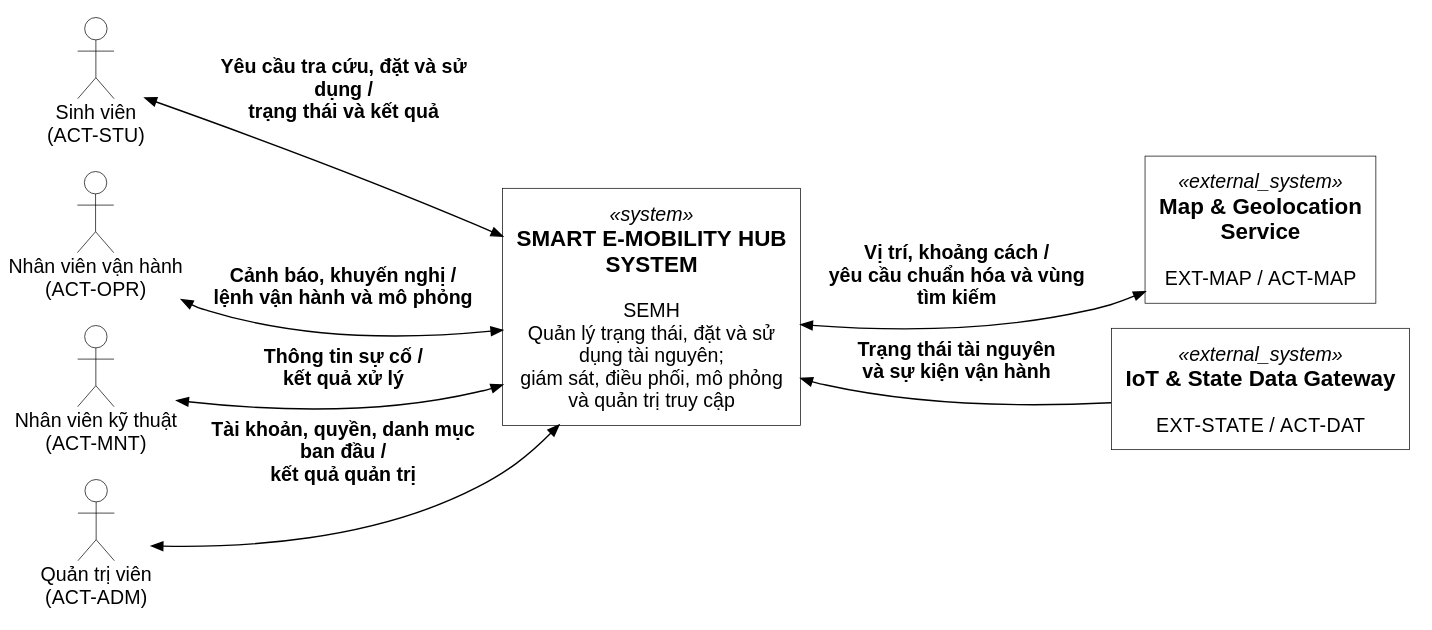
Earlier version of the PlantUML export docs/phase-2/diagrams/system/system-context.svg (tranbaoanh21/software-engineering-assignment).
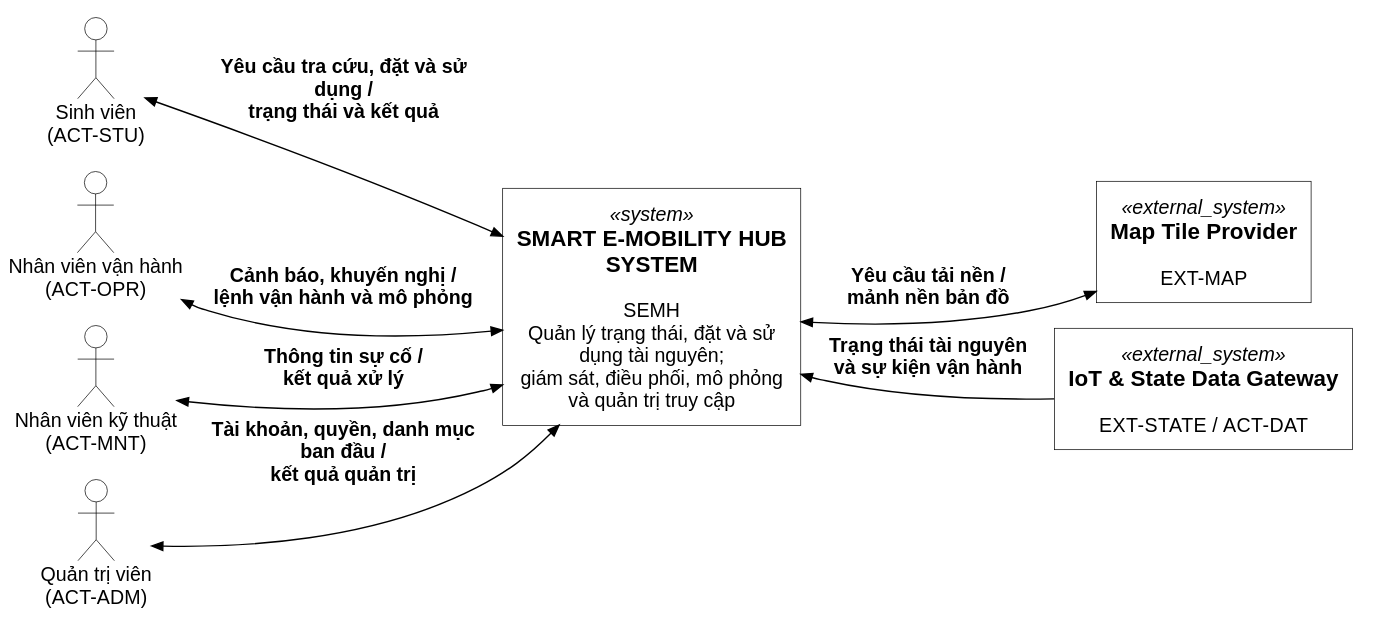
After the commit.

What changed in the source:
```diff
@@ -29,7 +29,7 @@
 
 System(SEMH, "SMART E-MOBILITY HUB SYSTEM", "SEMH\nQuản lý trạng thái, đặt và sử dụng tài nguyên;\ngiám sát, điều phối, mô phỏng và quản trị truy cập")
 
-System_Ext(EXT_MAP, "Map & Geolocation Service", "EXT-MAP / ACT-MAP")
+System_Ext(EXT_MAP, "Map Tile Provider", "EXT-MAP")
 System_Ext(EXT_STATE, "IoT & State Data Gateway", "EXT-STATE / ACT-DAT")
 
 Lay_D(ACT_STU, ACT_OPR)
@@ -44,6 +44,6 @@
 BiRel_R(ACT_MNT, SEMH, "Thông tin sự cố /\nkết quả xử lý")
 BiRel_R(ACT_ADM, SEMH, "Tài khoản, quyền, danh mục ban đầu /\nkết quả quản trị")
 
-BiRel_R(SEMH, EXT_MAP, "Vị trí, khoảng cách /\nyêu cầu chuẩn hóa và vùng tìm kiếm")
+BiRel_R(SEMH, EXT_MAP, "Yêu cầu tải nền /\nmảnh nền bản đồ")
 Rel_L(EXT_STATE, SEMH, "Trạng thái tài nguyên\nvà sự kiện vận hành")
 @enduml
```
